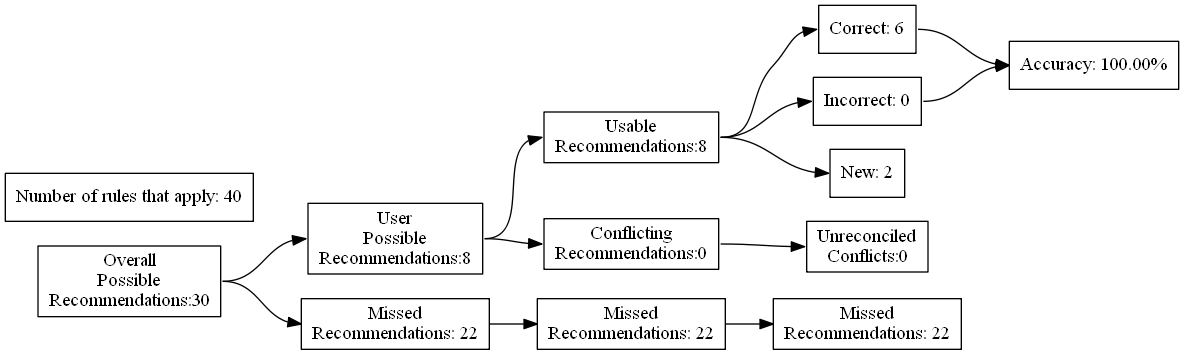
Earlier version of the Graphviz export test_renders/27.gv.png (ZaxR/ibd_diet_analysis). Its source is kept beside it as test_renders/27.gv.
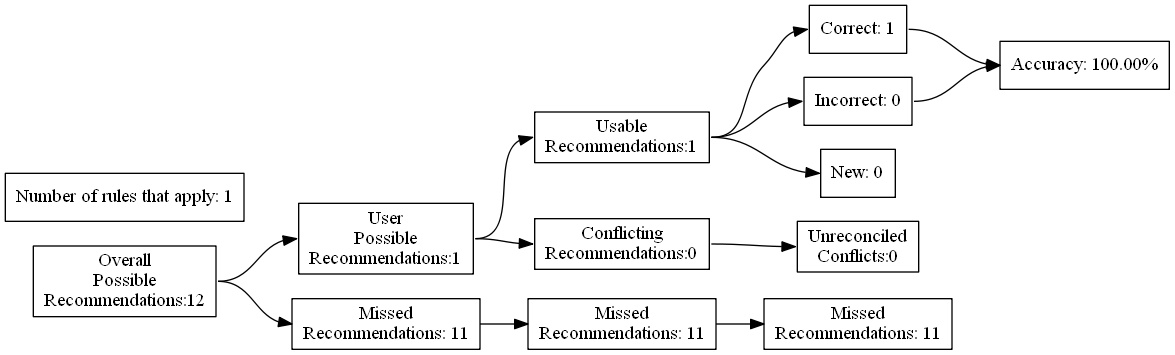
Later version of the same file.

The edit, as a diff of the source:
```diff
@@ -4,27 +4,27 @@
 	edge [headport=w tailport=e]
 		A [label="Overall
 Possible
-Recommendations:30"]
+Recommendations:12"]
 		B [label="User
 Possible
-Recommendations:8"]
+Recommendations:1"]
 		C [label="Missed
-Recommendations: 22"]
+Recommendations: 11"]
 		D [label="Usable
-Recommendations:8"]
+Recommendations:1"]
 		E [label="Conflicting
 Recommendations:0"]
 		J [label="Missed
-Recommendations: 22"]
+Recommendations: 11"]
 		M [label="Unreconciled
 Conflicts:0"]
-		F [label="Correct: 6"]
+		F [label="Correct: 1"]
 		G [label="Incorrect: 0"]
-		H [label="New: 2"]
+		H [label="New: 0"]
 		K [label="Missed
-Recommendations: 22"]
+Recommendations: 11"]
 		I [label="Accuracy: 100.00%"]
-		l [label="Number of rules that apply: 40"]
+		l [label="Number of rules that apply: 1"]
 			A -> B
 			A -> C
 			B -> D
```
